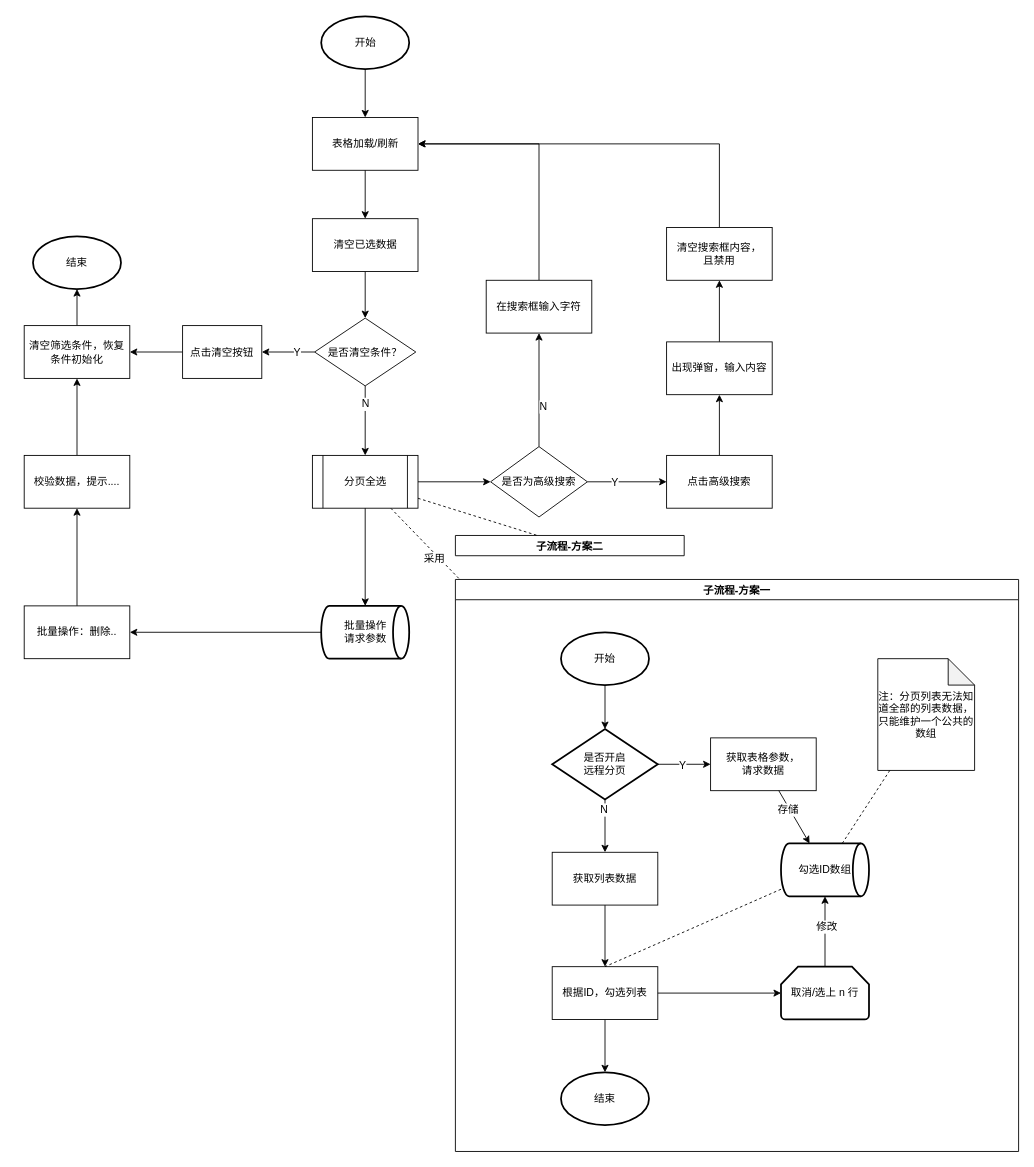
Above: 分页列表多选.drawio in zhuoooo/doodles (draw.io), before the change. Source tidied: cells renumbered, new cells numbered last; positions are measured from the earlier drawing's top-left corner, leaving out a move shared by most shapes. Both pictures are drawn from the tidied source at 88%, with x=0, y=0 at pixel (24, 16).
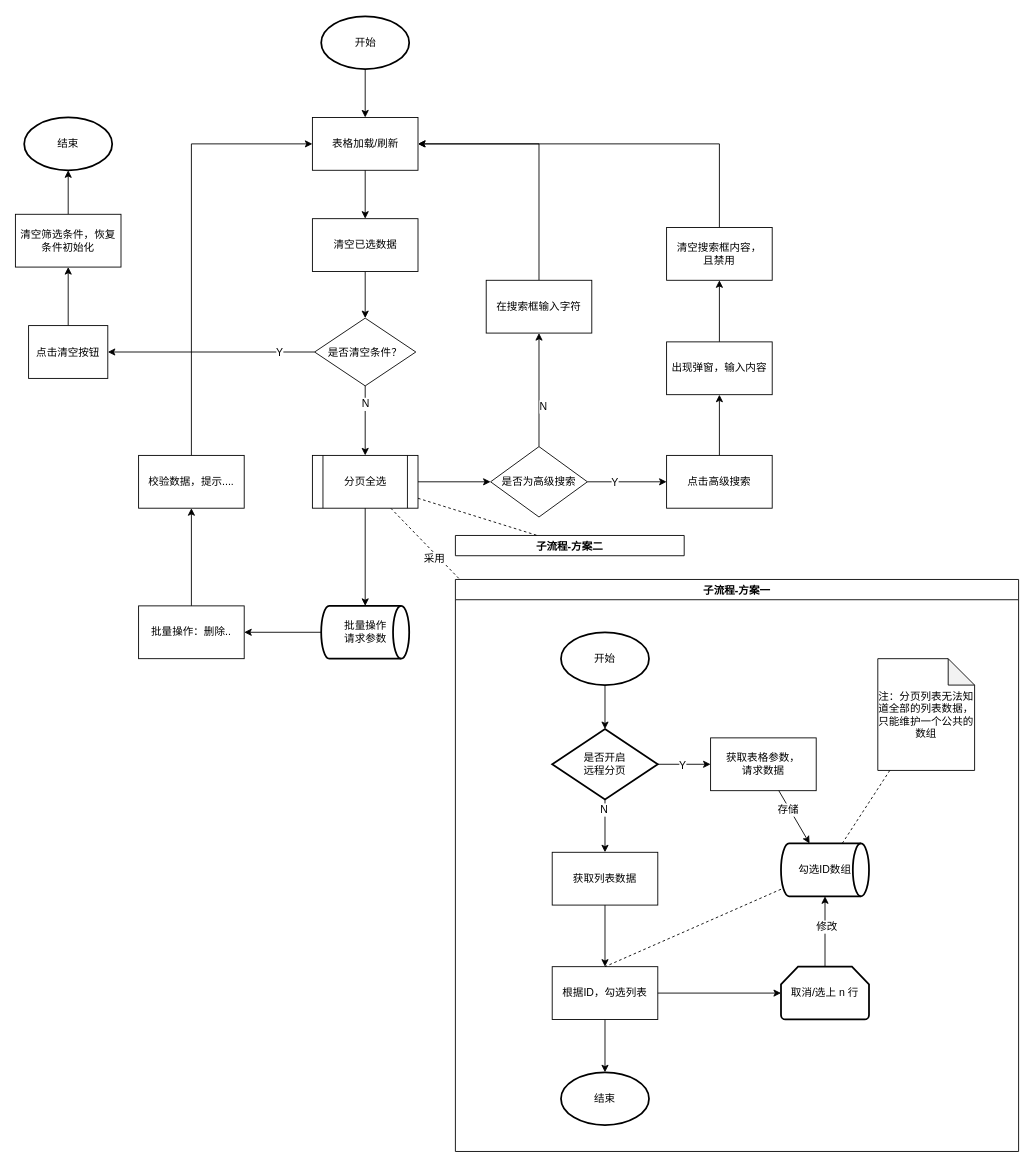
The same diagram, later.

Commit message:
Update: 分页列表多选.drawio - 修改结束的逻辑

Unchanged cells that the change refers to:
```xml
<mxCell id="37" value="表格加载/刷新" style="rounded=0;whiteSpace=wrap;html=1;" parent="1" vertex="1">
  <mxGeometry x="327.5" y="115" width="120" height="60" as="geometry" />
</mxCell>
```

The edit, as a diff of the source:
```diff
@@
     <mxCell id="8" value="结束" style="strokeWidth=2;html=1;shape=mxgraph.flowchart.start_1;whiteSpace=wrap;" parent="1" vertex="1">
-      <mxGeometry x="10" y="250" width="100" height="60" as="geometry" />
+      <mxGeometry y="115" width="100" height="60" as="geometry" />
     </mxCell>
@@
-    <mxCell id="41" style="edgeStyle=orthogonalEdgeStyle;rounded=0;jettySize=auto;html=1;exitX=0;exitY=0.5;exitDx=0;exitDy=0;" parent="1" edge="1" source="65" target="44">
+    <mxCell id="41" style="edgeStyle=orthogonalEdgeStyle;rounded=0;jettySize=auto;html=1;" parent="1" edge="1" source="65" target="44">
       <mxGeometry relative="1" as="geometry" />
     </mxCell>
@@
     <mxCell id="44" value="清空筛选条件，恢复条件初始化" style="rounded=0;whiteSpace=wrap;html=1;" parent="1" vertex="1">
-      <mxGeometry y="351.5" width="120" height="60" as="geometry" />
+      <mxGeometry x="-10" y="225" width="120" height="60" as="geometry" />
     </mxCell>
-    <mxCell id="45" style="edgeStyle=orthogonalEdgeStyle;rounded=0;jettySize=auto;html=1;" parent="1" edge="1" source="46" target="44">
+    <mxCell id="45" style="edgeStyle=orthogonalEdgeStyle;rounded=0;jettySize=auto;html=1;exitX=0.5;exitY=0;exitDx=0;exitDy=0;entryX=0;entryY=0.5;entryDx=0;entryDy=0;" parent="1" edge="1" source="46" target="37">
       <mxGeometry relative="1" as="geometry" />
     </mxCell>
     <mxCell id="46" value="校验数据，提示...." style="rounded=0;whiteSpace=wrap;html=1;" parent="1" vertex="1">
-      <mxGeometry y="499" width="120" height="60" as="geometry" />
+      <mxGeometry x="130" y="499" width="120" height="60" as="geometry" />
     </mxCell>
@@
     <mxCell id="56" value="&lt;span style=&quot;white-space: normal&quot;&gt;批量操作：删除..&lt;/span&gt;" style="rounded=0;whiteSpace=wrap;html=1;" parent="1" vertex="1">
-      <mxGeometry y="670" width="120" height="60" as="geometry" />
+      <mxGeometry x="130" y="670" width="120" height="60" as="geometry" />
     </mxCell>
@@
     <mxCell id="65" value="点击清空按钮" style="rounded=0;whiteSpace=wrap;html=1;" parent="1" vertex="1">
-      <mxGeometry x="180" y="351.5" width="90" height="60" as="geometry" />
+      <mxGeometry x="5" y="351.5" width="90" height="60" as="geometry" />
     </mxCell>
```
